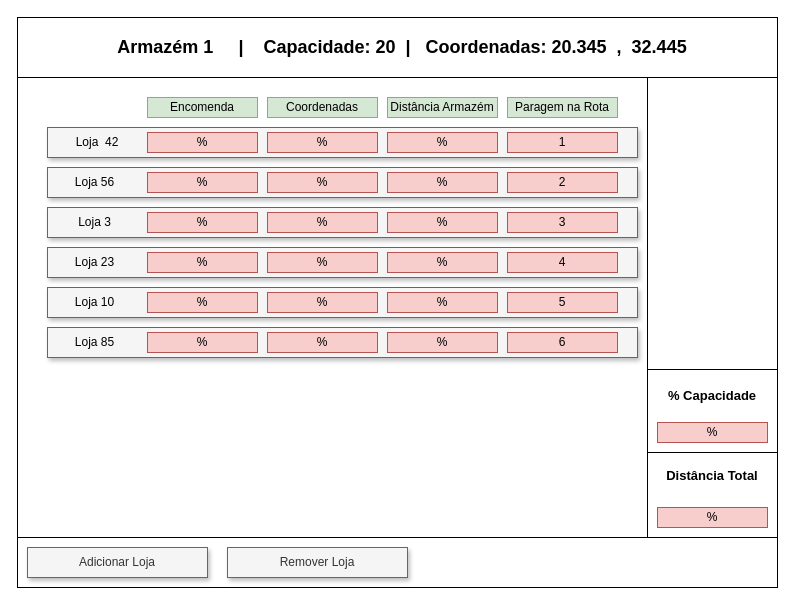
ertykiko/SADE keeps this draw.io diagram as page "Pop-up Armazem" (2 of 2) of Untitled Diagram.drawio. Above is the earlier version. Source tidied: cells renumbered, new cells numbered last; positions are measured from the earlier drawing's top-left corner, leaving out a move shared by most shapes. Both pictures are drawn from the tidied source at 100%, with x=0, y=0 at pixel (17, 17).
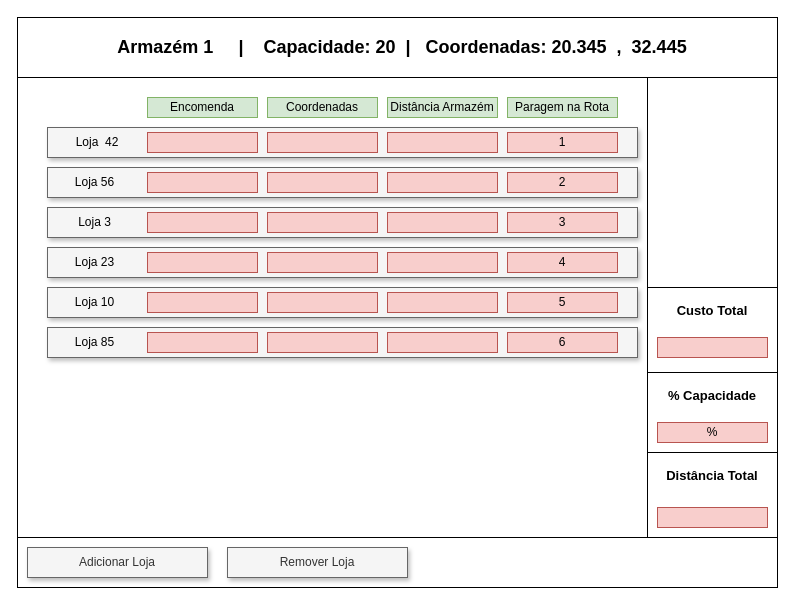
The same diagram, later.

Diff of the diagram source:
```diff
@@
-    <mxCell id="15" value="%" style="text;html=1;strokeColor=#b85450;fillColor=#f8cecc;align=center;verticalAlign=middle;whiteSpace=wrap;rounded=0;" parent="1" vertex="1">
+    <mxCell id="15" style="text;html=1;strokeColor=#b85450;fillColor=#f8cecc;align=center;verticalAlign=middle;whiteSpace=wrap;rounded=0;" parent="1" vertex="1">
       <mxGeometry x="130" y="115" width="110" height="20" as="geometry" />
     </mxCell>
-    <mxCell id="16" value="%" style="text;html=1;strokeColor=#b85450;fillColor=#f8cecc;align=center;verticalAlign=middle;whiteSpace=wrap;rounded=0;" parent="1" vertex="1">
+    <mxCell id="16" style="text;html=1;strokeColor=#b85450;fillColor=#f8cecc;align=center;verticalAlign=middle;whiteSpace=wrap;rounded=0;" parent="1" vertex="1">
       <mxGeometry x="250" y="115" width="110" height="20" as="geometry" />
     </mxCell>
-    <mxCell id="17" value="%" style="text;html=1;strokeColor=#b85450;fillColor=#f8cecc;align=center;verticalAlign=middle;whiteSpace=wrap;rounded=0;" parent="1" vertex="1">
+    <mxCell id="17" style="text;html=1;strokeColor=#b85450;fillColor=#f8cecc;align=center;verticalAlign=middle;whiteSpace=wrap;rounded=0;" parent="1" vertex="1">
       <mxGeometry x="370" y="115" width="110" height="20" as="geometry" />
     </mxCell>
@@
-    <mxCell id="19" value="%" style="text;html=1;strokeColor=#b85450;fillColor=#f8cecc;align=center;verticalAlign=middle;whiteSpace=wrap;rounded=0;" parent="1" vertex="1">
+    <mxCell id="19" style="text;html=1;strokeColor=#b85450;fillColor=#f8cecc;align=center;verticalAlign=middle;whiteSpace=wrap;rounded=0;" parent="1" vertex="1">
       <mxGeometry x="130" y="155" width="110" height="20" as="geometry" />
     </mxCell>
-    <mxCell id="20" value="%" style="text;html=1;strokeColor=#b85450;fillColor=#f8cecc;align=center;verticalAlign=middle;whiteSpace=wrap;rounded=0;" parent="1" vertex="1">
+    <mxCell id="20" style="text;html=1;strokeColor=#b85450;fillColor=#f8cecc;align=center;verticalAlign=middle;whiteSpace=wrap;rounded=0;" parent="1" vertex="1">
       <mxGeometry x="250" y="155" width="110" height="20" as="geometry" />
     </mxCell>
-    <mxCell id="21" value="%" style="text;html=1;strokeColor=#b85450;fillColor=#f8cecc;align=center;verticalAlign=middle;whiteSpace=wrap;rounded=0;" parent="1" vertex="1">
+    <mxCell id="21" style="text;html=1;strokeColor=#b85450;fillColor=#f8cecc;align=center;verticalAlign=middle;whiteSpace=wrap;rounded=0;" parent="1" vertex="1">
       <mxGeometry x="370" y="155" width="110" height="20" as="geometry" />
     </mxCell>
-    <mxCell id="22" value="%" style="text;html=1;strokeColor=#b85450;fillColor=#f8cecc;align=center;verticalAlign=middle;whiteSpace=wrap;rounded=0;" parent="1" vertex="1">
+    <mxCell id="22" style="text;html=1;strokeColor=#b85450;fillColor=#f8cecc;align=center;verticalAlign=middle;whiteSpace=wrap;rounded=0;" parent="1" vertex="1">
       <mxGeometry x="130" y="195" width="110" height="20" as="geometry" />
     </mxCell>
@@
-    <mxCell id="28" value="%" style="text;html=1;strokeColor=#b85450;fillColor=#f8cecc;align=center;verticalAlign=middle;whiteSpace=wrap;rounded=0;" parent="1" vertex="1">
+    <mxCell id="28" style="text;html=1;strokeColor=#b85450;fillColor=#f8cecc;align=center;verticalAlign=middle;whiteSpace=wrap;rounded=0;" parent="1" vertex="1">
       <mxGeometry x="370" y="315" width="110" height="20" as="geometry" />
     </mxCell>
@@
-    <mxCell id="30" value="%" style="text;html=1;strokeColor=#b85450;fillColor=#f8cecc;align=center;verticalAlign=middle;whiteSpace=wrap;rounded=0;" parent="1" vertex="1">
+    <mxCell id="30" style="text;html=1;strokeColor=#b85450;fillColor=#f8cecc;align=center;verticalAlign=middle;whiteSpace=wrap;rounded=0;" parent="1" vertex="1">
       <mxGeometry x="370" y="275" width="110" height="20" as="geometry" />
     </mxCell>
-    <mxCell id="31" value="%" style="text;html=1;strokeColor=#b85450;fillColor=#f8cecc;align=center;verticalAlign=middle;whiteSpace=wrap;rounded=0;" parent="1" vertex="1">
+    <mxCell id="31" style="text;html=1;strokeColor=#b85450;fillColor=#f8cecc;align=center;verticalAlign=middle;whiteSpace=wrap;rounded=0;" parent="1" vertex="1">
       <mxGeometry x="250" y="275" width="110" height="20" as="geometry" />
     </mxCell>
-    <mxCell id="32" value="%" style="text;html=1;strokeColor=#b85450;fillColor=#f8cecc;align=center;verticalAlign=middle;whiteSpace=wrap;rounded=0;" parent="1" vertex="1">
+    <mxCell id="32" style="text;html=1;strokeColor=#b85450;fillColor=#f8cecc;align=center;verticalAlign=middle;whiteSpace=wrap;rounded=0;" parent="1" vertex="1">
       <mxGeometry x="130" y="275" width="110" height="20" as="geometry" />
     </mxCell>
-    <mxCell id="33" value="%" style="text;html=1;strokeColor=#b85450;fillColor=#f8cecc;align=center;verticalAlign=middle;whiteSpace=wrap;rounded=0;" parent="1" vertex="1">
+    <mxCell id="33" style="text;html=1;strokeColor=#b85450;fillColor=#f8cecc;align=center;verticalAlign=middle;whiteSpace=wrap;rounded=0;" parent="1" vertex="1">
       <mxGeometry x="250" y="315" width="110" height="20" as="geometry" />
     </mxCell>
-    <mxCell id="34" value="%" style="text;html=1;strokeColor=#b85450;fillColor=#f8cecc;align=center;verticalAlign=middle;whiteSpace=wrap;rounded=0;" parent="1" vertex="1">
+    <mxCell id="34" style="text;html=1;strokeColor=#b85450;fillColor=#f8cecc;align=center;verticalAlign=middle;whiteSpace=wrap;rounded=0;" parent="1" vertex="1">
       <mxGeometry x="130" y="315" width="110" height="20" as="geometry" />
     </mxCell>
@@
-    <mxCell id="36" value="%" style="text;html=1;strokeColor=#b85450;fillColor=#f8cecc;align=center;verticalAlign=middle;whiteSpace=wrap;rounded=0;" parent="1" vertex="1">
+    <mxCell id="36" style="text;html=1;strokeColor=#b85450;fillColor=#f8cecc;align=center;verticalAlign=middle;whiteSpace=wrap;rounded=0;" parent="1" vertex="1">
       <mxGeometry x="370" y="195" width="110" height="20" as="geometry" />
     </mxCell>
-    <mxCell id="37" value="%" style="text;html=1;strokeColor=#b85450;fillColor=#f8cecc;align=center;verticalAlign=middle;whiteSpace=wrap;rounded=0;" parent="1" vertex="1">
+    <mxCell id="37" style="text;html=1;strokeColor=#b85450;fillColor=#f8cecc;align=center;verticalAlign=middle;whiteSpace=wrap;rounded=0;" parent="1" vertex="1">
       <mxGeometry x="250" y="195" width="110" height="20" as="geometry" />
     </mxCell>
@@
-    <mxCell id="39" value="%" style="text;html=1;strokeColor=#b85450;fillColor=#f8cecc;align=center;verticalAlign=middle;whiteSpace=wrap;rounded=0;" parent="1" vertex="1">
+    <mxCell id="39" style="text;html=1;strokeColor=#b85450;fillColor=#f8cecc;align=center;verticalAlign=middle;whiteSpace=wrap;rounded=0;" parent="1" vertex="1">
       <mxGeometry x="130" y="235" width="110" height="20" as="geometry" />
     </mxCell>
-    <mxCell id="40" value="%" style="text;html=1;strokeColor=#b85450;fillColor=#f8cecc;align=center;verticalAlign=middle;whiteSpace=wrap;rounded=0;" parent="1" vertex="1">
+    <mxCell id="40" style="text;html=1;strokeColor=#b85450;fillColor=#f8cecc;align=center;verticalAlign=middle;whiteSpace=wrap;rounded=0;" parent="1" vertex="1">
       <mxGeometry x="250" y="235" width="110" height="20" as="geometry" />
     </mxCell>
-    <mxCell id="41" value="%" style="text;html=1;strokeColor=#b85450;fillColor=#f8cecc;align=center;verticalAlign=middle;whiteSpace=wrap;rounded=0;" parent="1" vertex="1">
+    <mxCell id="41" style="text;html=1;strokeColor=#b85450;fillColor=#f8cecc;align=center;verticalAlign=middle;whiteSpace=wrap;rounded=0;" parent="1" vertex="1">
       <mxGeometry x="370" y="235" width="110" height="20" as="geometry" />
     </mxCell>
@@
-    <mxCell id="54" value="%" style="text;html=1;strokeColor=#b85450;fillColor=#f8cecc;align=center;verticalAlign=middle;whiteSpace=wrap;rounded=0;" parent="1" vertex="1">
+    <mxCell id="54" style="text;html=1;strokeColor=#b85450;fillColor=#f8cecc;align=center;verticalAlign=middle;whiteSpace=wrap;rounded=0;" parent="1" vertex="1">
       <mxGeometry x="640" y="490" width="110" height="20" as="geometry" />
     </mxCell>
+    <mxCell id="55" style="rounded=0;whiteSpace=wrap;html=1;" parent="1" vertex="1">
+      <mxGeometry x="630" y="270" width="130" height="85" as="geometry" />
+    </mxCell>
+    <mxCell id="56" value="&lt;font style=&quot;font-size: 13px&quot;&gt;&lt;b&gt;Custo Total&lt;/b&gt;&lt;/font&gt;" style="text;html=1;strokeColor=none;fillColor=none;align=center;verticalAlign=middle;whiteSpace=wrap;rounded=0;" parent="1" vertex="1">
+      <mxGeometry x="640" y="275" width="110" height="35" as="geometry" />
+    </mxCell>
+    <mxCell id="57" style="text;html=1;strokeColor=#b85450;fillColor=#f8cecc;align=center;verticalAlign=middle;whiteSpace=wrap;rounded=0;" parent="1" vertex="1">
+      <mxGeometry x="640" y="320" width="110" height="20" as="geometry" />
+    </mxCell>
```
